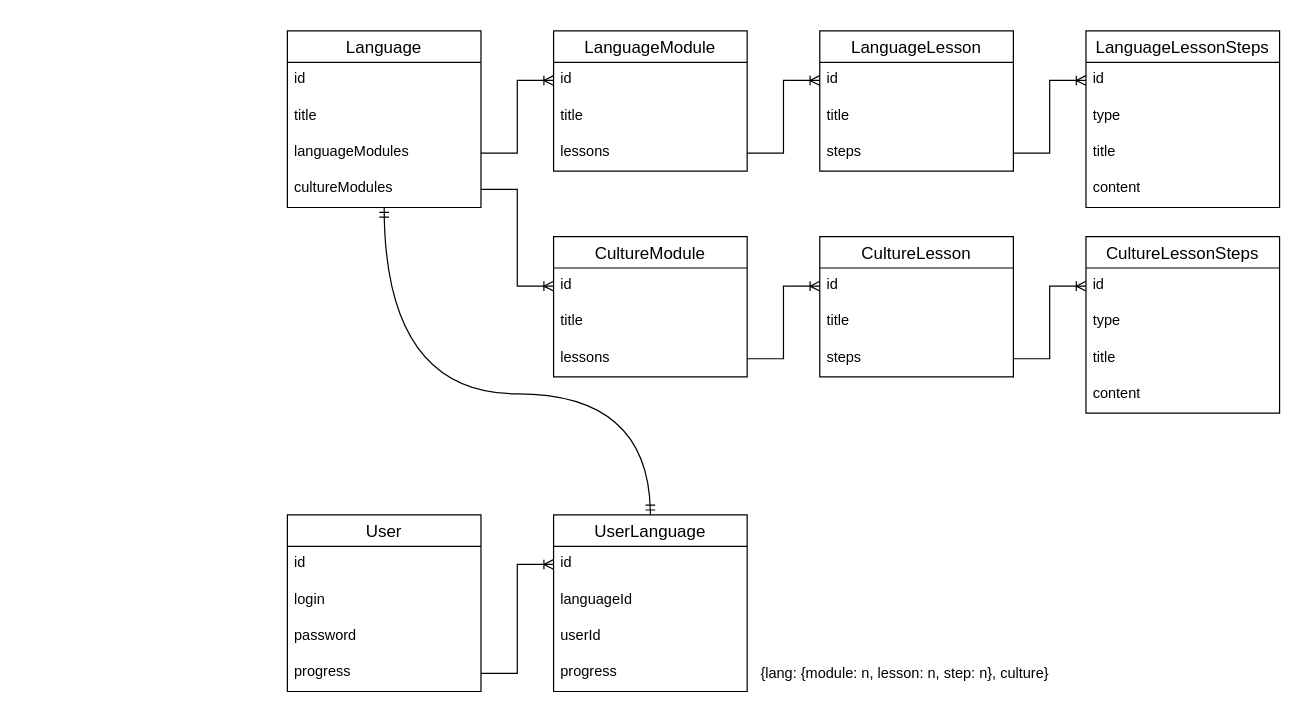
Above: server/LearLangServerModel.drawio in Arteminariy/LearnLang (draw.io), before the change. Source tidied: cells renumbered, new cells numbered last; positions are measured from the earlier drawing's top-left corner, leaving out a move shared by most shapes. Both pictures are drawn from the tidied source at 121%, with x=0, y=0 at pixel (287, 30).
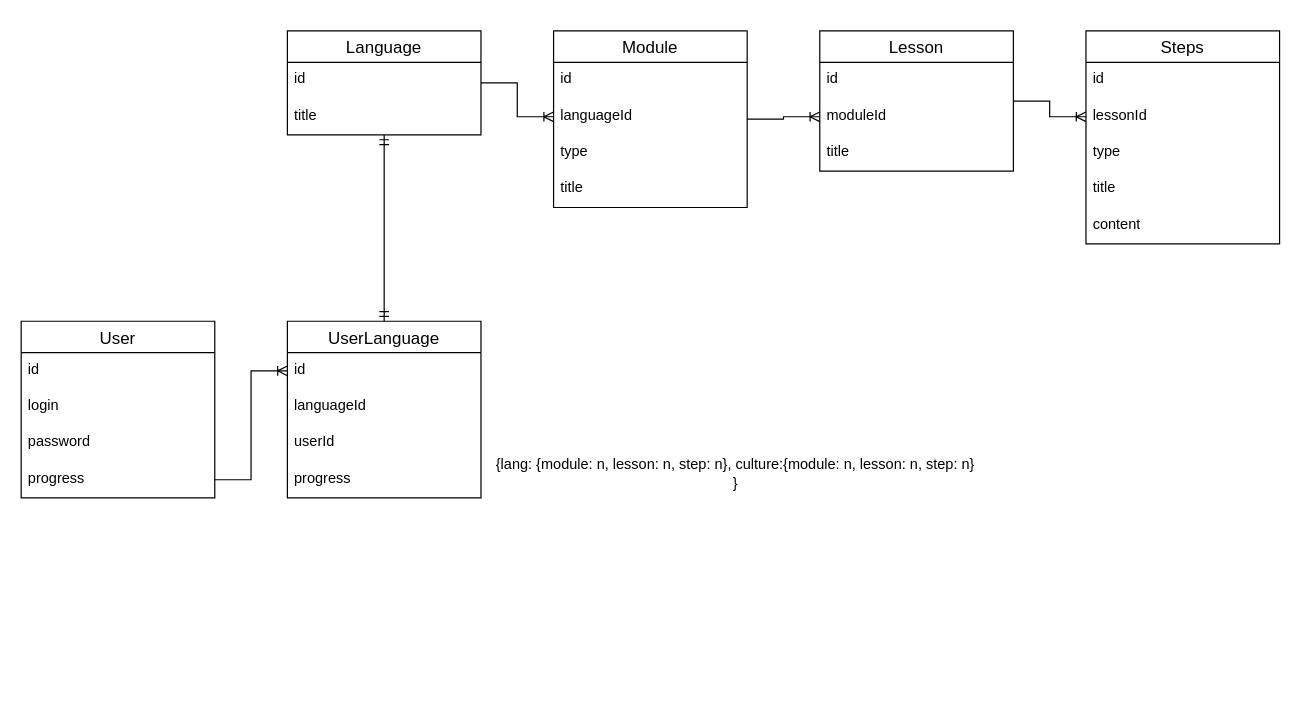
The same page after the edit.

The change refers to these unchanged cells:
```xml
<mxCell id="3" value="id" style="text;strokeColor=none;fillColor=none;spacingLeft=4;spacingRight=4;overflow=hidden;points=[[0,0.5],[1,0.5]];portConstraint=eastwest;fontSize=12;whiteSpace=wrap;html=1;" parent="2" vertex="1">
  <mxGeometry y="26" width="160" height="30" as="geometry" />
</mxCell>
<mxCell id="7" value="id" style="text;strokeColor=none;fillColor=none;spacingLeft=4;spacingRight=4;overflow=hidden;points=[[0,0.5],[1,0.5]];portConstraint=eastwest;fontSize=12;whiteSpace=wrap;html=1;" parent="6" vertex="1">
  <mxGeometry y="26" width="160" height="30" as="geometry" />
</mxCell>
<mxCell id="23" value="id" style="text;strokeColor=none;fillColor=none;spacingLeft=4;spacingRight=4;overflow=hidden;points=[[0,0.5],[1,0.5]];portConstraint=eastwest;fontSize=12;whiteSpace=wrap;html=1;" parent="22" vertex="1">
  <mxGeometry y="26" width="160" height="30" as="geometry" />
</mxCell>
```

Change to the diagram source:
```diff
@@
-    <mxCell id="2" value="LanguageModule" style="swimlane;fontStyle=0;horizontal=1;startSize=26;align=center;fontSize=14;" parent="1" vertex="1">
-      <mxGeometry x="220" width="160" height="116" as="geometry" />
+    <mxCell id="2" value="Module" style="swimlane;fontStyle=0;horizontal=1;startSize=26;align=center;fontSize=14;" parent="1" vertex="1">
+      <mxGeometry x="220" width="160" height="146" as="geometry" />
     </mxCell>
@@
+    <mxCell id="5" value="languageId" style="text;strokeColor=none;fillColor=none;spacingLeft=4;spacingRight=4;overflow=hidden;points=[[0,0.5],[1,0.5]];portConstraint=eastwest;fontSize=12;whiteSpace=wrap;html=1;" parent="2" vertex="1">
+      <mxGeometry y="56" width="160" height="30" as="geometry" />
+    </mxCell>
+    <mxCell id="34" value="type&lt;br&gt;" style="text;strokeColor=none;fillColor=none;spacingLeft=4;spacingRight=4;overflow=hidden;fontSize=12;whiteSpace=wrap;html=1;" parent="2" vertex="1">
+      <mxGeometry y="86" width="160" height="30" as="geometry" />
+    </mxCell>
     <mxCell id="4" value="title" style="text;strokeColor=none;fillColor=none;spacingLeft=4;spacingRight=4;overflow=hidden;fontSize=12;whiteSpace=wrap;html=1;" parent="2" vertex="1">
-      <mxGeometry y="56" width="160" height="30" as="geometry" />
+      <mxGeometry y="116" width="160" height="30" as="geometry" />
     </mxCell>
-    <mxCell id="5" value="lessons" style="text;strokeColor=none;fillColor=none;spacingLeft=4;spacingRight=4;overflow=hidden;points=[[0,0.5],[1,0.5]];portConstraint=eastwest;fontSize=12;whiteSpace=wrap;html=1;" parent="2" vertex="1">
-      <mxGeometry y="86" width="160" height="30" as="geometry" />
-    </mxCell>
-    <mxCell id="6" value="LanguageLesson" style="swimlane;fontStyle=0;horizontal=1;startSize=26;align=center;fontSize=14;" parent="1" vertex="1">
+    <mxCell id="6" value="Lesson" style="swimlane;fontStyle=0;horizontal=1;startSize=26;align=center;fontSize=14;" parent="1" vertex="1">
       <mxGeometry x="440" width="160" height="116" as="geometry" />
     </mxCell>
@@
+    <mxCell id="9" value="moduleId" style="text;strokeColor=none;fillColor=none;spacingLeft=4;spacingRight=4;overflow=hidden;points=[[0,0.5],[1,0.5]];portConstraint=eastwest;fontSize=12;whiteSpace=wrap;html=1;" parent="6" vertex="1">
+      <mxGeometry y="56" width="160" height="30" as="geometry" />
+    </mxCell>
     <mxCell id="8" value="title" style="text;strokeColor=none;fillColor=none;spacingLeft=4;spacingRight=4;overflow=hidden;fontSize=12;whiteSpace=wrap;html=1;" parent="6" vertex="1">
-      <mxGeometry y="56" width="160" height="30" as="geometry" />
+      <mxGeometry y="86" width="160" height="30" as="geometry" />
     </mxCell>
-    <mxCell id="9" value="steps" style="text;strokeColor=none;fillColor=none;spacingLeft=4;spacingRight=4;overflow=hidden;points=[[0,0.5],[1,0.5]];portConstraint=eastwest;fontSize=12;whiteSpace=wrap;html=1;" parent="6" vertex="1">
-      <mxGeometry y="86" width="160" height="30" as="geometry" />
-    </mxCell>
-    <mxCell id="10" style="edgeStyle=entityRelationEdgeStyle;fontSize=12;html=1;endArrow=ERoneToMany;rounded=0;" parent="1" edge="1" source="5" target="7">
+    <mxCell id="10" style="edgeStyle=entityRelationEdgeStyle;fontSize=12;html=1;endArrow=ERoneToMany;rounded=0;" parent="1" edge="1" source="2" target="9">
       <mxGeometry relative="1" as="geometry" />
     </mxCell>
     <mxCell id="11" value="Language" style="swimlane;fontStyle=0;horizontal=1;startSize=26;align=center;fontSize=14;" parent="1" vertex="1">
-      <mxGeometry width="160" height="146" as="geometry" />
+      <mxGeometry width="160" height="86" as="geometry" />
     </mxCell>
@@
-    <mxCell id="14" value="languageModules" style="text;strokeColor=none;fillColor=none;spacingLeft=4;spacingRight=4;overflow=hidden;points=[[0,0.5],[1,0.5]];portConstraint=eastwest;fontSize=12;whiteSpace=wrap;html=1;" parent="11" vertex="1">
-      <mxGeometry y="86" width="160" height="30" as="geometry" />
-    </mxCell>
-    <mxCell id="15" value="cultureModules" style="text;strokeColor=none;fillColor=none;spacingLeft=4;spacingRight=4;overflow=hidden;points=[[0,0.5],[1,0.5]];portConstraint=eastwest;fontSize=12;whiteSpace=wrap;html=1;" parent="11" vertex="1">
-      <mxGeometry y="116" width="160" height="30" as="geometry" />
-    </mxCell>
-    <mxCell id="16" style="edgeStyle=entityRelationEdgeStyle;fontSize=12;html=1;endArrow=ERoneToMany;rounded=0;" parent="1" edge="1" source="14" target="3">
+    <mxCell id="16" style="edgeStyle=entityRelationEdgeStyle;fontSize=12;html=1;endArrow=ERoneToMany;rounded=0;" parent="1" edge="1" source="11" target="5">
       <mxGeometry relative="1" as="geometry" />
     </mxCell>
-    <mxCell id="17" value="CultureModule" style="swimlane;fontStyle=0;horizontal=1;startSize=26;align=center;fontSize=14;" parent="1" vertex="1">
-      <mxGeometry x="220" y="170" width="160" height="116" as="geometry" />
-    </mxCell>
-    <mxCell id="18" value="id" style="text;strokeColor=none;fillColor=none;spacingLeft=4;spacingRight=4;overflow=hidden;points=[[0,0.5],[1,0.5]];portConstraint=eastwest;fontSize=12;whiteSpace=wrap;html=1;" parent="17" vertex="1">
-      <mxGeometry y="26" width="160" height="30" as="geometry" />
-    </mxCell>
-    <mxCell id="19" value="title" style="text;strokeColor=none;fillColor=none;spacingLeft=4;spacingRight=4;overflow=hidden;fontSize=12;whiteSpace=wrap;html=1;" parent="17" vertex="1">
-      <mxGeometry y="56" width="160" height="30" as="geometry" />
-    </mxCell>
-    <mxCell id="20" value="lessons" style="text;strokeColor=none;fillColor=none;spacingLeft=4;spacingRight=4;overflow=hidden;points=[[0,0.5],[1,0.5]];portConstraint=eastwest;fontSize=12;whiteSpace=wrap;html=1;" parent="17" vertex="1">
-      <mxGeometry y="86" width="160" height="30" as="geometry" />
-    </mxCell>
-    <mxCell id="21" style="edgeStyle=entityRelationEdgeStyle;fontSize=12;html=1;endArrow=ERoneToMany;rounded=0;" parent="1" edge="1" source="15" target="18">
-      <mxGeometry relative="1" as="geometry" />
-    </mxCell>
-    <mxCell id="22" value="LanguageLessonSteps" style="swimlane;fontStyle=0;horizontal=1;startSize=26;align=center;fontSize=14;" parent="1" vertex="1">
-      <mxGeometry x="660" width="160" height="146" as="geometry" />
+    <mxCell id="22" value="Steps" style="swimlane;fontStyle=0;horizontal=1;startSize=26;align=center;fontSize=14;" parent="1" vertex="1">
+      <mxGeometry x="660" width="160" height="176" as="geometry" />
     </mxCell>
@@
+    <mxCell id="53" value="lessonId" style="text;strokeColor=none;fillColor=none;spacingLeft=4;spacingRight=4;overflow=hidden;points=[[0,0.5],[1,0.5]];portConstraint=eastwest;fontSize=12;whiteSpace=wrap;html=1;" parent="22" vertex="1">
+      <mxGeometry y="56" width="160" height="30" as="geometry" />
+    </mxCell>
     <mxCell id="24" value="type" style="text;strokeColor=none;fillColor=none;spacingLeft=4;spacingRight=4;overflow=hidden;fontSize=12;whiteSpace=wrap;html=1;" parent="22" vertex="1">
-      <mxGeometry y="56" width="160" height="30" as="geometry" />
+      <mxGeometry y="86" width="160" height="30" as="geometry" />
     </mxCell>
     <mxCell id="25" value="title" style="text;strokeColor=none;fillColor=none;spacingLeft=4;spacingRight=4;overflow=hidden;fontSize=12;whiteSpace=wrap;html=1;" parent="22" vertex="1">
-      <mxGeometry y="86" width="160" height="30" as="geometry" />
+      <mxGeometry y="116" width="160" height="30" as="geometry" />
     </mxCell>
     <mxCell id="26" value="content" style="text;strokeColor=none;fillColor=none;spacingLeft=4;spacingRight=4;overflow=hidden;fontSize=12;whiteSpace=wrap;html=1;" parent="22" vertex="1">
-      <mxGeometry y="116" width="160" height="30" as="geometry" />
+      <mxGeometry y="146" width="160" height="30" as="geometry" />
     </mxCell>
-    <mxCell id="27" style="edgeStyle=entityRelationEdgeStyle;fontSize=12;html=1;endArrow=ERoneToMany;rounded=0;" parent="1" edge="1" source="9" target="23">
+    <mxCell id="27" style="edgeStyle=entityRelationEdgeStyle;fontSize=12;html=1;endArrow=ERoneToMany;rounded=0;" parent="1" edge="1" source="6" target="53">
       <mxGeometry relative="1" as="geometry" />
     </mxCell>
-    <mxCell id="28" value="CultureLesson" style="swimlane;fontStyle=0;horizontal=1;startSize=26;align=center;fontSize=14;" parent="1" vertex="1">
-      <mxGeometry x="440" y="170" width="160" height="116" as="geometry" />
-    </mxCell>
-    <mxCell id="29" value="id" style="text;strokeColor=none;fillColor=none;spacingLeft=4;spacingRight=4;overflow=hidden;points=[[0,0.5],[1,0.5]];portConstraint=eastwest;fontSize=12;whiteSpace=wrap;html=1;" parent="28" vertex="1">
-      <mxGeometry y="26" width="160" height="30" as="geometry" />
-    </mxCell>
-    <mxCell id="30" value="title" style="text;strokeColor=none;fillColor=none;spacingLeft=4;spacingRight=4;overflow=hidden;fontSize=12;whiteSpace=wrap;html=1;" parent="28" vertex="1">
-      <mxGeometry y="56" width="160" height="30" as="geometry" />
-    </mxCell>
-    <mxCell id="31" value="steps" style="text;strokeColor=none;fillColor=none;spacingLeft=4;spacingRight=4;overflow=hidden;points=[[0,0.5],[1,0.5]];portConstraint=eastwest;fontSize=12;whiteSpace=wrap;html=1;" parent="28" vertex="1">
-      <mxGeometry y="86" width="160" height="30" as="geometry" />
-    </mxCell>
-    <mxCell id="32" value="CultureLessonSteps" style="swimlane;fontStyle=0;horizontal=1;startSize=26;align=center;fontSize=14;" parent="1" vertex="1">
-      <mxGeometry x="660" y="170" width="160" height="146" as="geometry" />
-    </mxCell>
-    <mxCell id="33" value="id" style="text;strokeColor=none;fillColor=none;spacingLeft=4;spacingRight=4;overflow=hidden;points=[[0,0.5],[1,0.5]];portConstraint=eastwest;fontSize=12;whiteSpace=wrap;html=1;" parent="32" vertex="1">
-      <mxGeometry y="26" width="160" height="30" as="geometry" />
-    </mxCell>
-    <mxCell id="34" value="type" style="text;strokeColor=none;fillColor=none;spacingLeft=4;spacingRight=4;overflow=hidden;fontSize=12;whiteSpace=wrap;html=1;" parent="32" vertex="1">
-      <mxGeometry y="56" width="160" height="30" as="geometry" />
-    </mxCell>
-    <mxCell id="35" value="title" style="text;strokeColor=none;fillColor=none;spacingLeft=4;spacingRight=4;overflow=hidden;fontSize=12;whiteSpace=wrap;html=1;" parent="32" vertex="1">
-      <mxGeometry y="86" width="160" height="30" as="geometry" />
-    </mxCell>
-    <mxCell id="36" value="content" style="text;strokeColor=none;fillColor=none;spacingLeft=4;spacingRight=4;overflow=hidden;fontSize=12;whiteSpace=wrap;html=1;" parent="32" vertex="1">
-      <mxGeometry y="116" width="160" height="30" as="geometry" />
-    </mxCell>
-    <mxCell id="37" style="edgeStyle=entityRelationEdgeStyle;fontSize=12;html=1;endArrow=ERoneToMany;rounded=0;" parent="1" edge="1" source="31" target="33">
-      <mxGeometry relative="1" as="geometry" />
-    </mxCell>
-    <mxCell id="38" style="edgeStyle=entityRelationEdgeStyle;fontSize=12;html=1;endArrow=ERoneToMany;rounded=0;" parent="1" edge="1" source="20" target="29">
-      <mxGeometry relative="1" as="geometry" />
-    </mxCell>
     <mxCell id="39" value="User" style="swimlane;fontStyle=0;horizontal=1;startSize=26;align=center;fontSize=14;" parent="1" vertex="1">
-      <mxGeometry y="400" width="160" height="146" as="geometry" />
+      <mxGeometry x="-220" y="240" width="160" height="146" as="geometry" />
     </mxCell>
@@
     <mxCell id="44" value="UserLanguage" style="swimlane;fontStyle=0;horizontal=1;startSize=26;align=center;fontSize=14;" parent="1" vertex="1">
-      <mxGeometry x="220" y="400" width="160" height="146" as="geometry" />
+      <mxGeometry y="240" width="160" height="146" as="geometry" />
     </mxCell>
@@
     <mxCell id="50" style="edgeStyle=entityRelationEdgeStyle;fontSize=12;html=1;endArrow=ERmandOne;startArrow=ERmandOne;rounded=0;exitX=-0.001;exitY=0.139;exitDx=0;exitDy=0;exitPerimeter=0;strokeColor=none;" parent="1" edge="1" source="44">
       <mxGeometry relative="1" as="geometry">
-        <mxPoint x="80" y="160" as="targetPoint" />
+        <mxPoint x="-140" as="targetPoint" />
       </mxGeometry>
     </mxCell>
-    <mxCell id="51" style="edgeStyle=orthogonalEdgeStyle;fontSize=12;html=1;endArrow=ERmandOne;startArrow=ERmandOne;rounded=0;curved=1;exitX=0.5;exitY=0;exitDx=0;exitDy=0;" parent="1" edge="1" source="44" target="15">
-      <mxGeometry relative="1" as="geometry">
-        <Array as="points">
-          <mxPoint x="300" y="300" />
-          <mxPoint x="80" y="300" />
-        </Array>
-      </mxGeometry>
-    </mxCell>
-    <mxCell id="52" value="{lang: {module: n, lesson: n, step: n}, culture}" style="text;html=1;align=center;verticalAlign=middle;strokeColor=none;fillColor=none;" parent="1" vertex="1">
-      <mxGeometry x="380" y="516" width="260" height="30" as="geometry" />
+    <mxCell id="52" value="{lang: {module: n, lesson: n, step: n}, culture:{module: n, lesson: n, step: n}&#10;}" style="text;align=center;verticalAlign=middle;strokeColor=none;fillColor=none;html=1;" parent="1" vertex="1">
+      <mxGeometry x="160" y="346" width="420" height="40" as="geometry" />
     </mxCell>
+    <mxCell id="54" style="fontSize=12;html=1;endArrow=ERmandOne;startArrow=ERmandOne;rounded=0;" parent="1" edge="1" source="44" target="11">
+      <mxGeometry relative="1" as="geometry" />
+    </mxCell>
```
